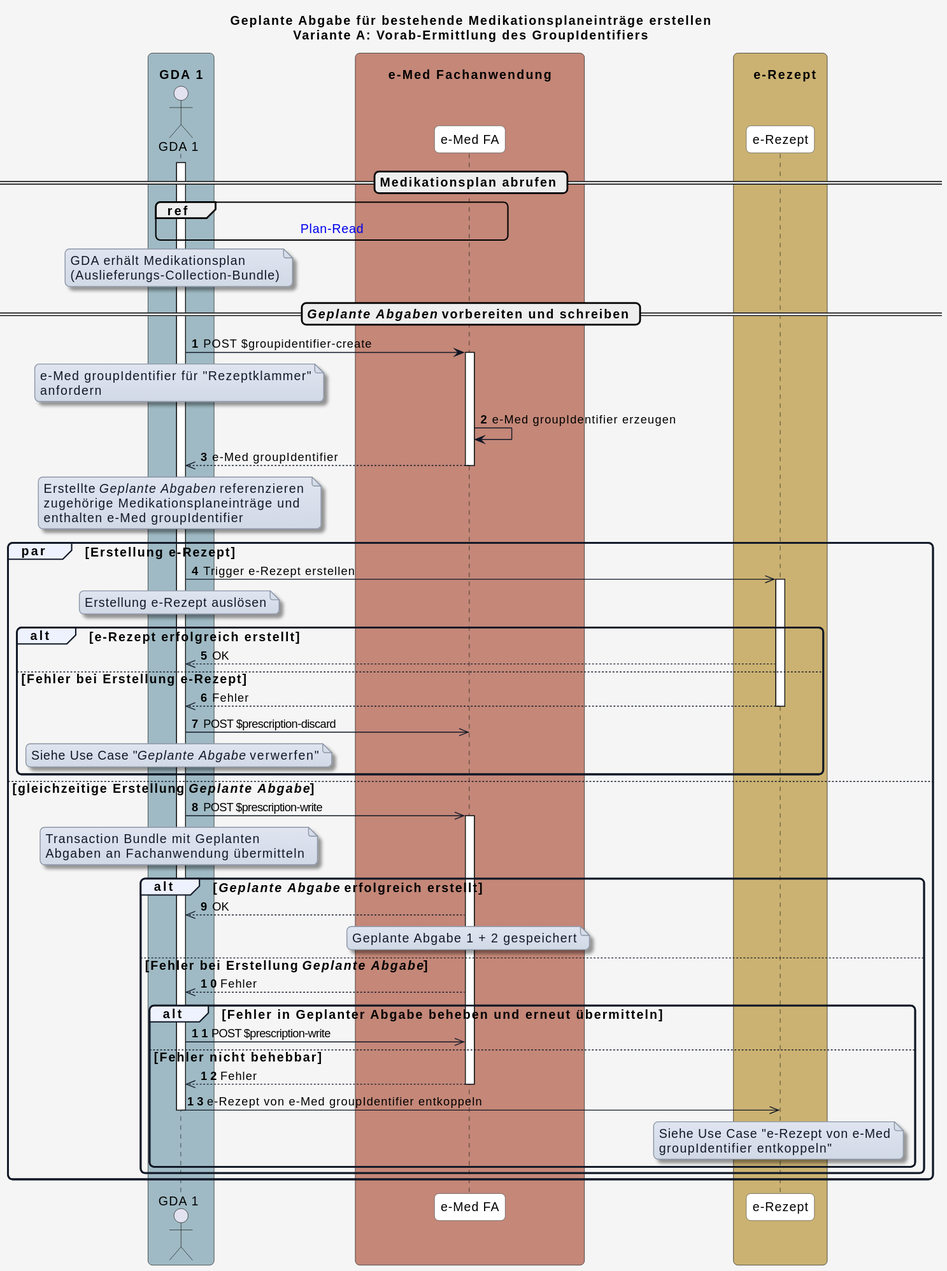
HL7Austria/ELGA-e-Medikation-R4 keeps this PlantUML diagram as input/images/plantuml/UC_eMed_08_01_a.svg. Above is the earlier version.
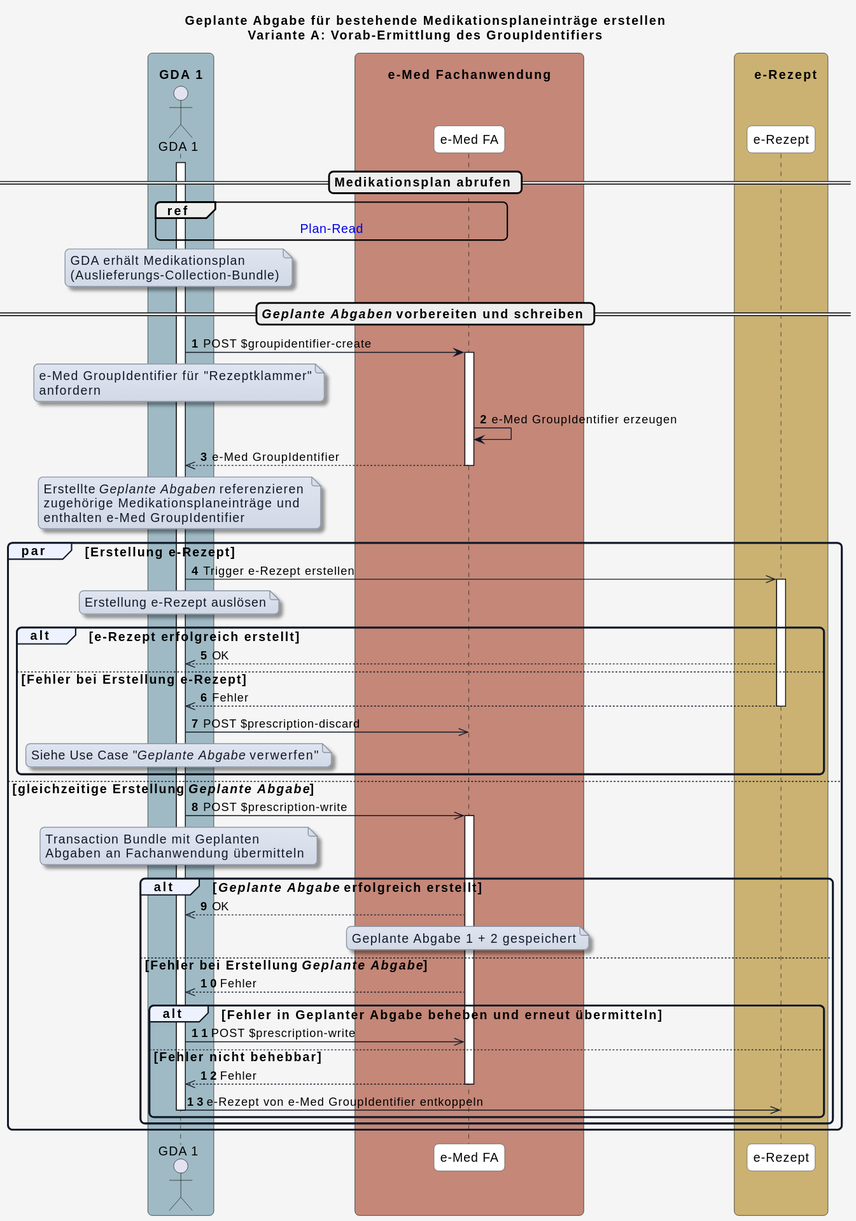
The same diagram one commit later.

The edit, as a diff of the source:
```diff
@@ -72,19 +72,19 @@
 GDA_1 -> eMed_FA: POST $groupidentifier-create​
 
 note over GDA_1
-e-Med groupIdentifier für "Rezeptklammer"
+e-Med GroupIdentifier für "Rezeptklammer"
 anfordern
 end note
 
 activate eMed_FA
-eMed_FA -> eMed_FA: e-Med groupIdentifier erzeugen
-eMed_FA -->> GDA_1: e-Med groupIdentifier
+eMed_FA -> eMed_FA: e-Med GroupIdentifier erzeugen
+eMed_FA -->> GDA_1: e-Med GroupIdentifier
 deactivate eMed_FA
 
 note over GDA_1
 Erstellte <i>Geplante Abgaben</i> referenzieren
 zugehörige Medikationsplaneinträge und
-enthalten e-Med groupIdentifier
+enthalten e-Med GroupIdentifier
 end note
 
 
@@ -103,7 +103,7 @@
   else Fehler bei Erstellung e-Rezept
     e_Rezept -->> GDA_1: Fehler
     deactivate e_Rezept
-    GDA_1 ->> eMed_FA: POST $request-discard​
+    GDA_1 ->> eMed_FA: POST $prescription-discard​
 
     note over GDA_1
     Siehe Use Case "<i>Geplante Abgabe</i> verwerfen"
@@ -114,7 +114,7 @@
 
 else gleichzeitige Erstellung <i>Geplante Abgabe</i>
 
-  GDA_1 ->> eMed_FA: POST $request-write
+  GDA_1 ->> eMed_FA: POST $prescription-write
   activate eMed_FA
   note over GDA_1
   Transaction Bundle mit Geplanten
@@ -132,18 +132,13 @@
     eMed_FA -->> GDA_1: Fehler
 
     alt Fehler in Geplanter Abgabe beheben und erneut übermitteln
-      GDA_1 ->> eMed_FA: POST $request-write
+      GDA_1 ->> eMed_FA: POST $prescription-write
 
     else Fehler nicht behebbar
       eMed_FA -->> GDA_1: Fehler
       deactivate eMed_FA
-      GDA_1 ->> e_Rezept: e-Rezept von e-Med groupIdentifier entkoppeln
+      GDA_1 ->> e_Rezept: e-Rezept von e-Med GroupIdentifier entkoppeln
       deactivate GDA_1
-
-      note over e_Rezept
-        Siehe Use Case "e-Rezept von e-Med
-        groupIdentifier entkoppeln"
-      end note
 
     end
   end
```
